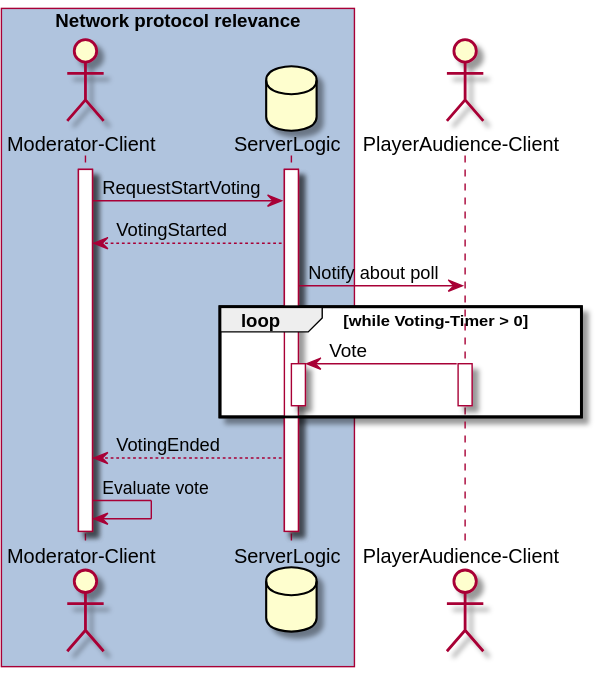
Above: Docs/Technical Specifications/docs/diagrams/network-diagrams/voting-phase.svg in Brotenko/QualityQuest (PlantUML), before the change. Its diagram source:
```plantuml
@startuml

box "Network protocol relevance" #LightSteelBlue
actor "Moderator-Client" as m order 1
database "ServerLogic" as s order 2
end box
actor "PlayerAudience-Client" as p order 3



activate m
activate s

m -> s: RequestStartVoting
s --> m: VotingStarted
s -> p: Notify about poll
    loop while Voting-Timer > 0
        p -> s: Vote
        activate s
        activate p
        deactivate s
        deactivate p
    end
s --> m: VotingEnded
m -> m: Evaluate vote


@enduml
```
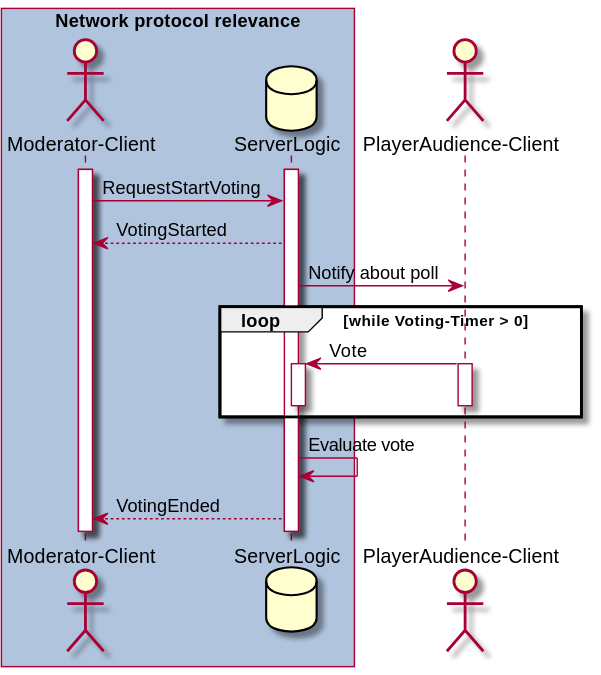
Later version of the same file.

Change to the diagram source:
```diff
@@ -21,8 +21,9 @@
         deactivate s
         deactivate p
     end
+s -> s: Evaluate vote
 s --> m: VotingEnded
-m -> m: Evaluate vote
+
 
 
 @enduml
```
